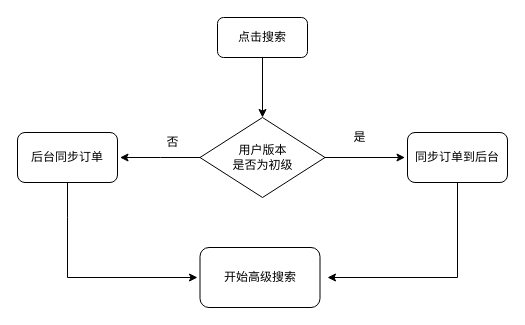
This is views/高级搜索.drawio from lys829/yiBlog, a draw.io file, before an edit. Source tidied: cells renumbered, new cells numbered last; positions are measured from the earlier drawing's top-left corner, leaving out a move shared by most shapes. Both pictures are drawn from the tidied source at 100%, with x=0, y=0 at pixel (17, 17).
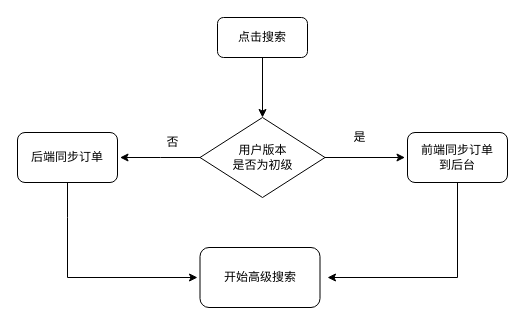
Above is the later version.

Commit message (it also covers changes not shown here):
更新高级搜索.drawio

Change to the diagram source:
```diff
@@
 <mxGraphModel>
   <root>
     <mxCell id="0" />
     <mxCell id="1" parent="0" />
     <mxCell id="2" value="点击搜索" style="rounded=1;whiteSpace=wrap;html=1;" parent="1" vertex="1">
       <mxGeometry x="200" width="90" height="40" as="geometry" />
     </mxCell>
     <mxCell id="3" style="edgeStyle=orthogonalEdgeStyle;rounded=0;orthogonalLoop=1;jettySize=auto;html=1;" parent="1" edge="1">
       <mxGeometry relative="1" as="geometry">
         <mxPoint x="245" y="40" as="sourcePoint" />
         <mxPoint x="245" y="100" as="targetPoint" />
       </mxGeometry>
     </mxCell>
     <mxCell id="4" style="edgeStyle=orthogonalEdgeStyle;rounded=0;jettySize=auto;html=1;" parent="1" edge="1" source="6">
       <mxGeometry relative="1" as="geometry">
         <mxPoint x="387.5" y="140" as="targetPoint" />
       </mxGeometry>
     </mxCell>
     <mxCell id="5" style="edgeStyle=orthogonalEdgeStyle;rounded=0;jettySize=auto;html=1;" parent="1" edge="1" source="6">
       <mxGeometry relative="1" as="geometry">
         <mxPoint x="102.5" y="140" as="targetPoint" />
       </mxGeometry>
     </mxCell>
     <mxCell id="6" value="用户版本&lt;br&gt;是否为初级" style="rhombus;whiteSpace=wrap;html=1;" parent="1" vertex="1">
       <mxGeometry x="182.5" y="100" width="125" height="80" as="geometry" />
     </mxCell>
     <mxCell id="7" value="是" style="text;html=1;align=center;verticalAlign=middle;" parent="1" vertex="1">
       <mxGeometry x="327" y="110" width="30" height="20" as="geometry" />
     </mxCell>
     <mxCell id="8" style="edgeStyle=orthogonalEdgeStyle;rounded=0;jettySize=auto;html=1;" parent="1" edge="1" source="9">
       <mxGeometry relative="1" as="geometry">
         <mxPoint x="310" y="260" as="targetPoint" />
         <Array as="points">
           <mxPoint x="440" y="260" />
         </Array>
       </mxGeometry>
     </mxCell>
-    <mxCell id="9" value="同步订单到后台" style="rounded=1;whiteSpace=wrap;html=1;" parent="1" vertex="1">
+    <mxCell id="9" value="前端同步订单&lt;br&gt;到后台" style="rounded=1;whiteSpace=wrap;html=1;" parent="1" vertex="1">
       <mxGeometry x="390" y="115" width="100" height="50" as="geometry" />
     </mxCell>
     <mxCell id="10" value="否" style="text;html=1;align=center;verticalAlign=middle;" parent="1" vertex="1">
       <mxGeometry x="140" y="115" width="30" height="20" as="geometry" />
     </mxCell>
     <mxCell id="11" style="edgeStyle=orthogonalEdgeStyle;rounded=0;jettySize=auto;html=1;" parent="1" edge="1" source="12">
       <mxGeometry relative="1" as="geometry">
         <mxPoint x="180" y="260" as="targetPoint" />
         <Array as="points">
           <mxPoint x="50" y="200" />
           <mxPoint x="50" y="200" />
         </Array>
       </mxGeometry>
     </mxCell>
-    <mxCell id="12" value="后台同步订单" style="rounded=1;whiteSpace=wrap;html=1;" parent="1" vertex="1">
+    <mxCell id="12" value="后端同步订单" style="rounded=1;whiteSpace=wrap;html=1;" parent="1" vertex="1">
       <mxGeometry y="115" width="100" height="50" as="geometry" />
     </mxCell>
     <mxCell id="13" value="开始高级搜索" style="rounded=1;whiteSpace=wrap;html=1;" parent="1" vertex="1">
       <mxGeometry x="182.5" y="230" width="120" height="60" as="geometry" />
     </mxCell>
   </root>
 </mxGraphModel>
```
